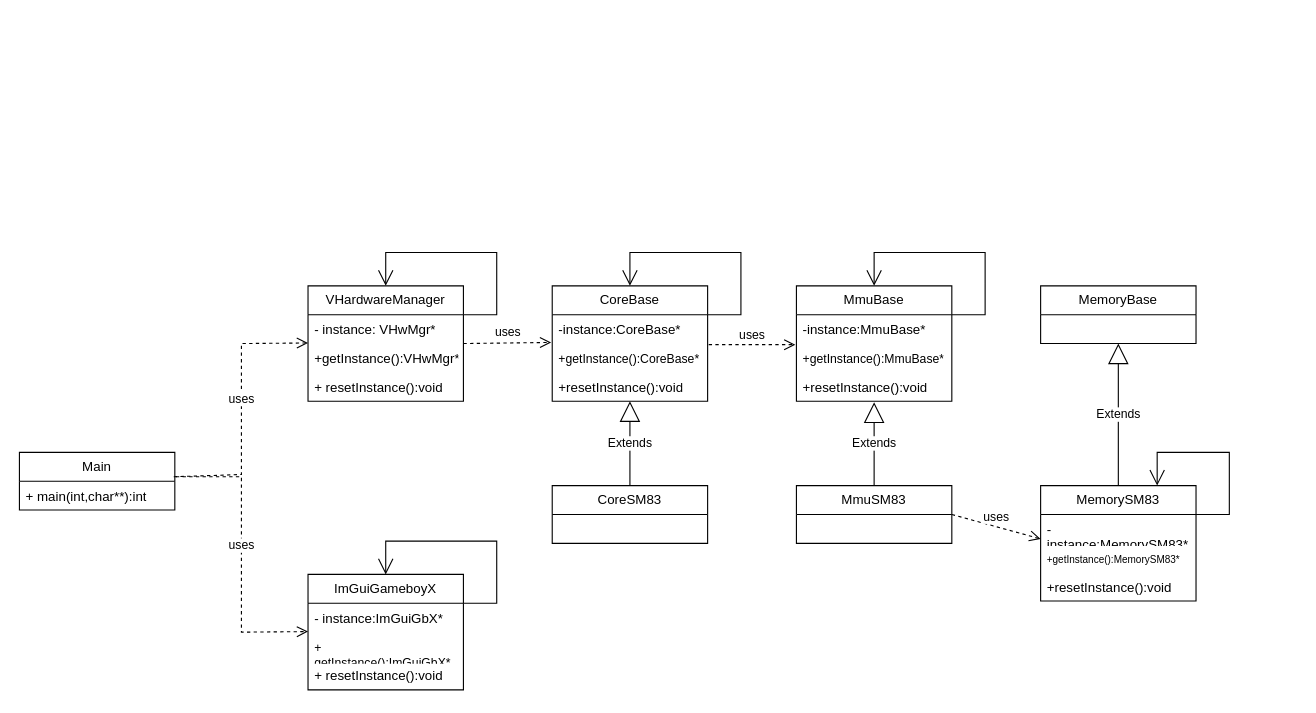
Before: docs/GameboyX.drawio in MatthewMer/gameboyx, a draw.io diagram. Source tidied: cells renumbered, new cells numbered last; positions are measured from the earlier drawing's top-left corner, leaving out a move shared by most shapes. Both pictures are drawn from the tidied source at 111%, with x=0, y=0 at pixel (19, 252).
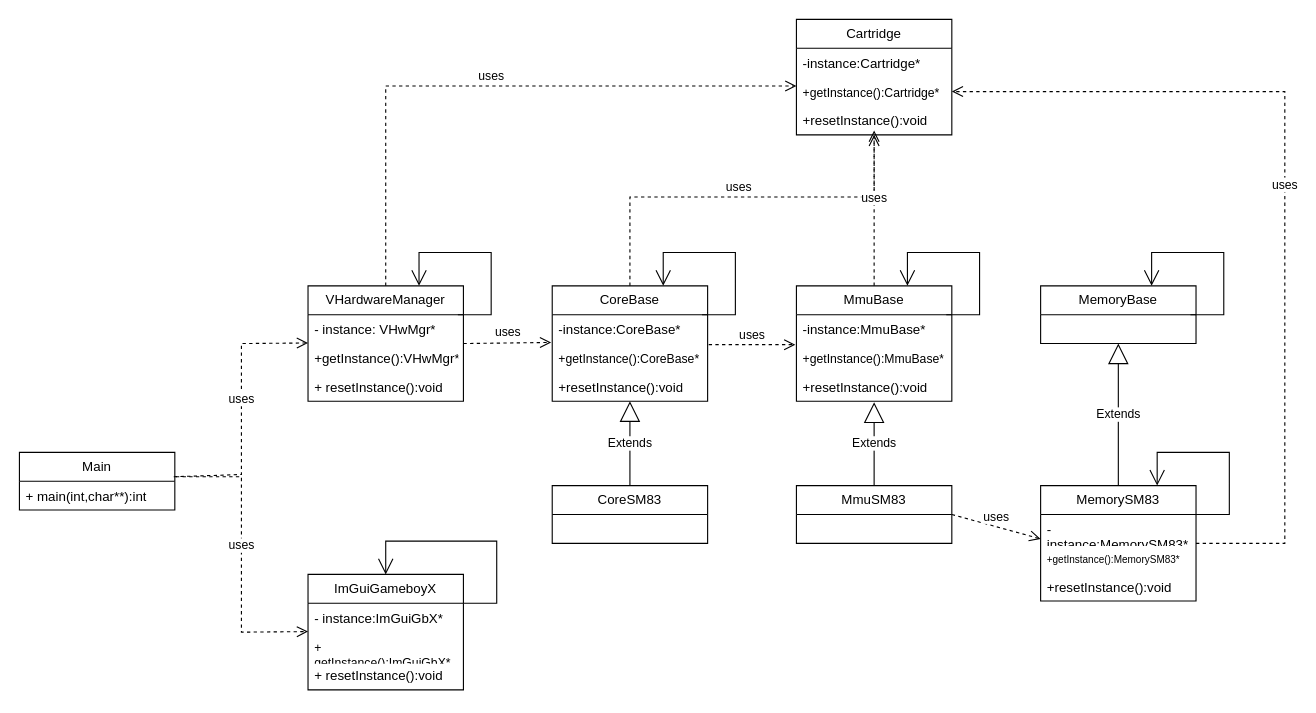
After the change.

Commit message:
added Cartridge class to UML diagram

The change refers to these unchanged cells:
```xml
<mxCell id="2" value="VHardwareManager" style="swimlane;fontStyle=0;horizontal=1;startSize=26;fillColor=none;whiteSpace=wrap;html=1;" parent="1" vertex="1">
  <mxGeometry x="260" y="30" width="140" height="104" as="geometry" />
</mxCell>
<mxCell id="6" value="&lt;div&gt;CoreBase&lt;/div&gt;" style="swimlane;fontStyle=0;horizontal=1;startSize=26;fillColor=none;whiteSpace=wrap;html=1;" parent="1" vertex="1">
  <mxGeometry x="480" y="30" width="140" height="104" as="geometry" />
</mxCell>
<mxCell id="10" value="MmuBase" style="swimlane;fontStyle=0;horizontal=1;startSize=26;fillColor=none;whiteSpace=wrap;html=1;" parent="1" vertex="1">
  <mxGeometry x="700" y="30" width="140" height="104" as="geometry" />
</mxCell>
<mxCell id="17" value="MemorySM83" style="swimlane;fontStyle=0;horizontal=1;startSize=26;fillColor=none;whiteSpace=wrap;html=1;" parent="1" vertex="1">
  <mxGeometry x="920" y="210" width="140" height="104" as="geometry" />
</mxCell>
```

Change to the diagram source:
```diff
@@
-    <mxCell id="27" style="endArrow=open;endFill=1;endSize=12;html=1;rounded=0;exitX=1;exitY=0.25;exitDx=0;exitDy=0;entryX=0.5;entryY=0;entryDx=0;entryDy=0;" parent="1" edge="1" source="6" target="6">
-      <mxGeometry relative="1" as="geometry">
-        <Array as="points">
-          <mxPoint x="650" y="56" />
-          <mxPoint x="650" />
-          <mxPoint x="550" />
-        </Array>
-      </mxGeometry>
-    </mxCell>
@@
-    <mxCell id="29" style="endArrow=open;endFill=1;endSize=12;html=1;rounded=0;exitX=1;exitY=0.25;exitDx=0;exitDy=0;entryX=0.5;entryY=0;entryDx=0;entryDy=0;" parent="1" edge="1">
-      <mxGeometry relative="1" as="geometry">
-        <mxPoint x="840" y="56" as="sourcePoint" />
-        <mxPoint x="770" y="30" as="targetPoint" />
-        <Array as="points">
-          <mxPoint x="870" y="56" />
-          <mxPoint x="870" />
-          <mxPoint x="770" />
-        </Array>
-      </mxGeometry>
-    </mxCell>
@@
-    <mxCell id="38" style="endArrow=open;endFill=1;endSize=12;html=1;rounded=0;exitX=1;exitY=0.25;exitDx=0;exitDy=0;entryX=0.5;entryY=0;entryDx=0;entryDy=0;" parent="1" edge="1">
-      <mxGeometry relative="1" as="geometry">
-        <mxPoint x="400" y="56" as="sourcePoint" />
-        <mxPoint x="330" y="30" as="targetPoint" />
-        <Array as="points">
-          <mxPoint x="430" y="56" />
-          <mxPoint x="430" />
-          <mxPoint x="330" />
-        </Array>
-      </mxGeometry>
-    </mxCell>
@@
+    <mxCell id="40" value="Cartridge" style="swimlane;fontStyle=0;horizontal=1;startSize=26;fillColor=none;whiteSpace=wrap;html=1;" parent="1" vertex="1">
+      <mxGeometry x="700" y="-210" width="140" height="104" as="geometry" />
+    </mxCell>
+    <mxCell id="41" value="-instance:Cartridge*" style="text;strokeColor=none;fillColor=none;align=left;verticalAlign=top;spacingLeft=4;spacingRight=4;overflow=hidden;whiteSpace=wrap;html=1;" parent="40" vertex="1">
+      <mxGeometry y="26" width="140" height="26" as="geometry" />
+    </mxCell>
+    <mxCell id="42" value="&lt;font style=&quot;font-size: 11px;&quot;&gt;+getInstance():Cartridge*&lt;/font&gt;" style="text;strokeColor=none;fillColor=none;align=left;verticalAlign=top;spacingLeft=4;spacingRight=4;overflow=hidden;points=[[0,0.5],[1,0.5]];portConstraint=eastwest;whiteSpace=wrap;html=1;" parent="40" vertex="1">
+      <mxGeometry y="52" width="140" height="26" as="geometry" />
+    </mxCell>
+    <mxCell id="43" value="+resetInstance():void" style="text;strokeColor=none;fillColor=none;align=left;verticalAlign=top;spacingLeft=4;spacingRight=4;overflow=hidden;whiteSpace=wrap;html=1;" parent="40" vertex="1">
+      <mxGeometry y="78" width="140" height="26" as="geometry" />
+    </mxCell>
+    <mxCell id="44" style="endArrow=open;endFill=1;endSize=12;html=1;rounded=0;exitX=1;exitY=0.25;exitDx=0;exitDy=0;entryX=0.75;entryY=0;entryDx=0;entryDy=0;" parent="1" edge="1">
+      <mxGeometry relative="1" as="geometry">
+        <mxPoint x="1055" y="56" as="sourcePoint" />
+        <mxPoint x="1020" y="30" as="targetPoint" />
+        <Array as="points">
+          <mxPoint x="1085" y="56" />
+          <mxPoint x="1085" />
+          <mxPoint x="1020" />
+        </Array>
+      </mxGeometry>
+    </mxCell>
+    <mxCell id="45" style="endArrow=open;endFill=1;endSize=12;html=1;rounded=0;exitX=1;exitY=0.25;exitDx=0;exitDy=0;entryX=0.75;entryY=0;entryDx=0;entryDy=0;" parent="1" edge="1">
+      <mxGeometry relative="1" as="geometry">
+        <mxPoint x="835" y="56" as="sourcePoint" />
+        <mxPoint x="800" y="30" as="targetPoint" />
+        <Array as="points">
+          <mxPoint x="865" y="56" />
+          <mxPoint x="865" />
+          <mxPoint x="800" />
+        </Array>
+      </mxGeometry>
+    </mxCell>
+    <mxCell id="46" style="endArrow=open;endFill=1;endSize=12;html=1;rounded=0;exitX=1;exitY=0.25;exitDx=0;exitDy=0;entryX=0.75;entryY=0;entryDx=0;entryDy=0;" parent="1" edge="1">
+      <mxGeometry relative="1" as="geometry">
+        <mxPoint x="615" y="56" as="sourcePoint" />
+        <mxPoint x="580" y="30" as="targetPoint" />
+        <Array as="points">
+          <mxPoint x="645" y="56" />
+          <mxPoint x="645" />
+          <mxPoint x="580" />
+        </Array>
+      </mxGeometry>
+    </mxCell>
+    <mxCell id="47" style="endArrow=open;endFill=1;endSize=12;html=1;rounded=0;exitX=1;exitY=0.25;exitDx=0;exitDy=0;entryX=0.75;entryY=0;entryDx=0;entryDy=0;" parent="1" edge="1">
+      <mxGeometry relative="1" as="geometry">
+        <mxPoint x="395" y="56" as="sourcePoint" />
+        <mxPoint x="360" y="30" as="targetPoint" />
+        <Array as="points">
+          <mxPoint x="425" y="56" />
+          <mxPoint x="425" />
+          <mxPoint x="360" />
+        </Array>
+      </mxGeometry>
+    </mxCell>
+    <mxCell id="48" value="uses" style="html=1;verticalAlign=bottom;endArrow=open;dashed=1;endSize=8;curved=0;rounded=0;entryX=0.5;entryY=1;entryDx=0;entryDy=0;exitX=0.5;exitY=0;exitDx=0;exitDy=0;" parent="1" edge="1" source="6" target="40">
+      <mxGeometry relative="1" as="geometry">
+        <Array as="points">
+          <mxPoint x="550" y="-50" />
+          <mxPoint x="770" y="-50" />
+        </Array>
+      </mxGeometry>
+    </mxCell>
+    <mxCell id="49" value="uses" style="html=1;verticalAlign=bottom;endArrow=open;dashed=1;endSize=8;curved=0;rounded=0;exitX=0.5;exitY=0;exitDx=0;exitDy=0;" parent="1" edge="1" source="10">
+      <mxGeometry relative="1" as="geometry">
+        <mxPoint x="770" y="-110" as="targetPoint" />
+      </mxGeometry>
+    </mxCell>
+    <mxCell id="50" value="uses" style="html=1;verticalAlign=bottom;endArrow=open;dashed=1;endSize=8;curved=0;rounded=0;exitX=0.5;exitY=0;exitDx=0;exitDy=0;" parent="1" edge="1" source="2">
+      <mxGeometry relative="1" as="geometry">
+        <mxPoint x="700" y="-150" as="targetPoint" />
+        <Array as="points">
+          <mxPoint x="330" y="-150" />
+        </Array>
+      </mxGeometry>
+    </mxCell>
+    <mxCell id="51" value="uses" style="html=1;verticalAlign=bottom;endArrow=open;dashed=1;endSize=8;curved=0;rounded=0;exitX=1;exitY=0.5;exitDx=0;exitDy=0;entryX=1;entryY=0.5;entryDx=0;entryDy=0;" parent="1" edge="1" source="17" target="42">
+      <mxGeometry relative="1" as="geometry">
+        <Array as="points">
+          <mxPoint x="1140" y="262" />
+          <mxPoint x="1140" y="-145" />
+        </Array>
+      </mxGeometry>
+    </mxCell>
```
